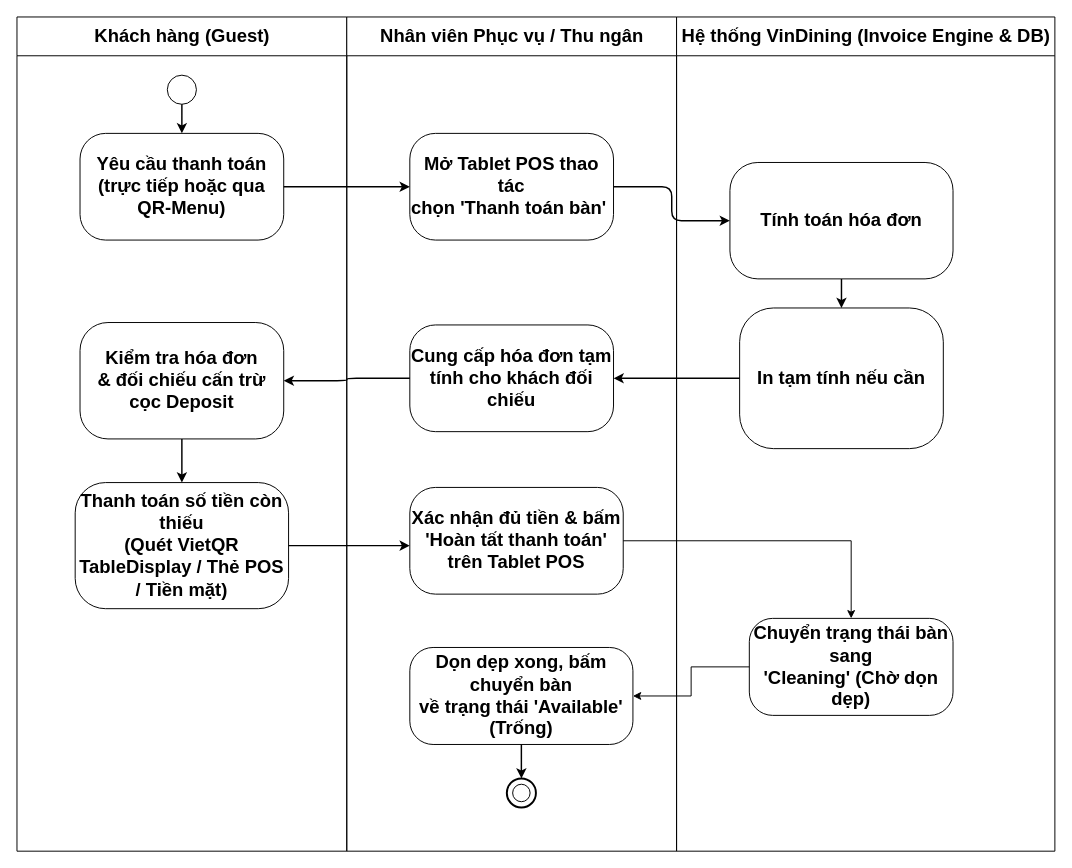
Above: docs/phase1/drawio/ad04_invoice_settlement.drawio in AndrewQng/VinDining (draw.io), before the change. Source tidied: cells renumbered, new cells numbered last; positions are measured from the earlier drawing's top-left corner, leaving out a move shared by most shapes. Both pictures are drawn from the tidied source at 97%, with x=0, y=0 at pixel (16, 16).
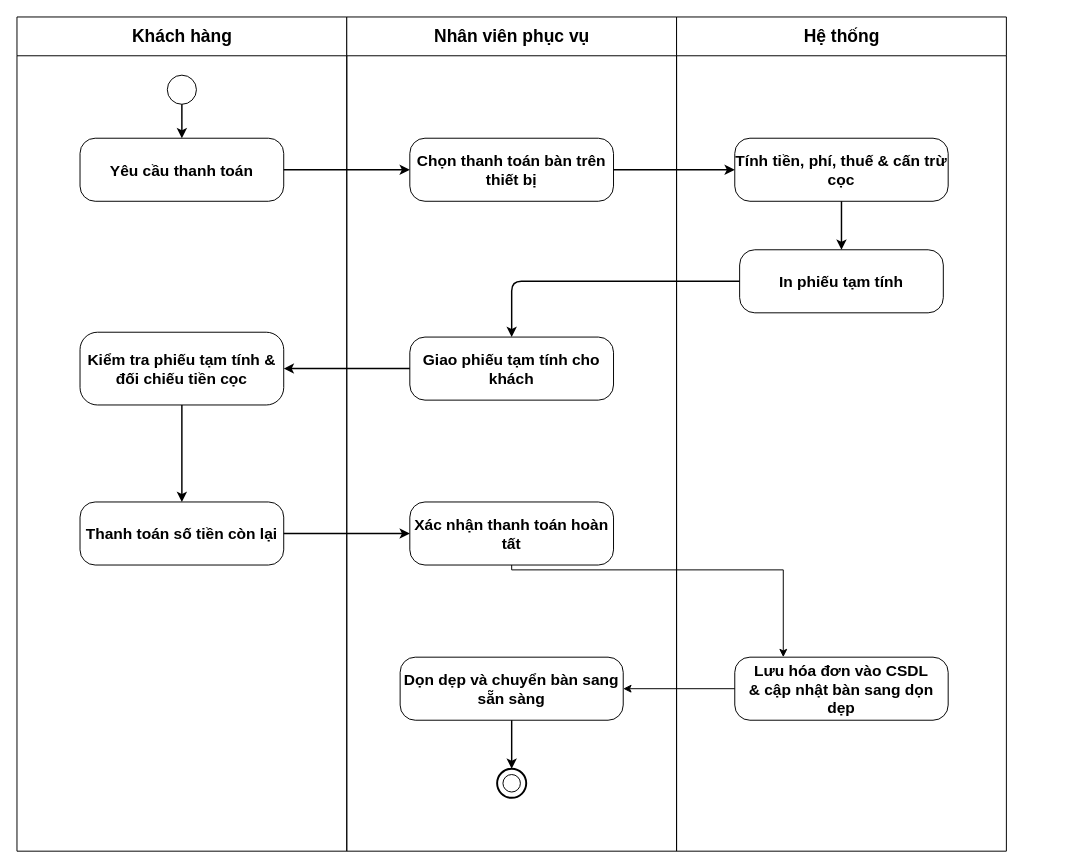
Above is the later version.

What changed in the source:
```diff
@@
-    <mxCell id="2" value="Khách hàng (Guest)" style="swimlane;html=1;startSize=40;horizontal=1;fontStyle=1;fontSize=19;align=center;verticalAlign=middle;swimlaneLine=1;" parent="1" vertex="1">
+    <mxCell id="2" value="Khách hàng" style="swimlane;html=1;startSize=40;horizontal=1;fontStyle=1;fontSize=18;align=center;verticalAlign=middle;swimlaneLine=1;" parent="1" vertex="1">
       <mxGeometry width="340" height="860" as="geometry" />
     </mxCell>
-    <mxCell id="3" style="ellipse;whiteSpace=wrap;html=1;fontSize=19;" parent="2" vertex="1">
+    <mxCell id="3" style="ellipse;whiteSpace=wrap;html=1;fontSize=18;" parent="2" vertex="1">
       <mxGeometry x="155" y="60" width="30" height="30" as="geometry" />
     </mxCell>
-    <mxCell id="4" value="Yêu cầu thanh toán (trực tiếp hoặc qua QR-Menu)" style="rounded=1;arcSize=24;whiteSpace=wrap;html=1;fontStyle=1;fontSize=19;align=center;verticalAlign=middle;" parent="2" vertex="1">
-      <mxGeometry x="65" y="120" width="210" height="110" as="geometry" />
+    <mxCell id="4" value="Yêu cầu thanh toán" style="rounded=1;arcSize=24;whiteSpace=wrap;html=1;fontStyle=1;fontSize=16;align=center;verticalAlign=middle;" parent="2" vertex="1">
+      <mxGeometry x="65" y="125" width="210" height="65" as="geometry" />
     </mxCell>
-    <mxCell id="5" value="Kiểm tra hóa đơn&lt;br&gt;&amp;amp; đối chiếu cấn trừ cọc Deposit" style="rounded=1;arcSize=24;whiteSpace=wrap;html=1;fontStyle=1;fontSize=19;align=center;verticalAlign=middle;" parent="2" vertex="1">
-      <mxGeometry x="65" y="315" width="210" height="120" as="geometry" />
+    <mxCell id="5" value="Kiểm tra phiếu tạm tính &amp;amp;&#10;đối chiếu tiền cọc" style="rounded=1;arcSize=24;whiteSpace=wrap;html=1;fontStyle=1;fontSize=16;align=center;verticalAlign=middle;" parent="2" vertex="1">
+      <mxGeometry x="65" y="325" width="210" height="75" as="geometry" />
     </mxCell>
-    <mxCell id="6" value="Thanh toán số tiền còn thiếu&#10;(Quét VietQR TableDisplay / Thẻ POS / Tiền mặt)" style="rounded=1;arcSize=24;whiteSpace=wrap;html=1;fontStyle=1;fontSize=19;align=center;verticalAlign=middle;" parent="2" vertex="1">
-      <mxGeometry x="60" y="480" width="220" height="130" as="geometry" />
+    <mxCell id="6" value="Thanh toán số tiền còn lại" style="rounded=1;arcSize=24;whiteSpace=wrap;html=1;fontStyle=1;fontSize=16;align=center;verticalAlign=middle;" parent="2" vertex="1">
+      <mxGeometry x="65" y="500" width="210" height="65" as="geometry" />
     </mxCell>
-    <mxCell id="7" value="Nhân viên Phục vụ / Thu ngân" style="swimlane;html=1;startSize=40;horizontal=1;fontStyle=1;fontSize=19;align=center;verticalAlign=middle;swimlaneLine=1;" parent="1" vertex="1">
+    <mxCell id="7" value="Nhân viên phục vụ" style="swimlane;html=1;startSize=40;horizontal=1;fontStyle=1;fontSize=18;align=center;verticalAlign=middle;swimlaneLine=1;" parent="1" vertex="1">
       <mxGeometry x="340" width="340" height="860" as="geometry" />
     </mxCell>
-    <mxCell id="8" value="Mở Tablet POS thao tác&lt;br&gt;chọn 'Thanh toán bàn'&amp;nbsp;" style="rounded=1;arcSize=24;whiteSpace=wrap;html=1;fontStyle=1;fontSize=19;align=center;verticalAlign=middle;" parent="7" vertex="1">
-      <mxGeometry x="65" y="120" width="210" height="110" as="geometry" />
+    <mxCell id="8" value="Chọn thanh toán bàn trên thiết bị" style="rounded=1;arcSize=24;whiteSpace=wrap;html=1;fontStyle=1;fontSize=16;align=center;verticalAlign=middle;" parent="7" vertex="1">
+      <mxGeometry x="65" y="125" width="210" height="65" as="geometry" />
     </mxCell>
-    <mxCell id="9" value="Cung cấp hóa đơn tạm tính cho khách đối chiếu" style="rounded=1;arcSize=24;whiteSpace=wrap;html=1;fontStyle=1;fontSize=19;align=center;verticalAlign=middle;" parent="7" vertex="1">
-      <mxGeometry x="65" y="317.5" width="210" height="110" as="geometry" />
+    <mxCell id="9" value="Giao phiếu tạm tính cho khách" style="rounded=1;arcSize=24;whiteSpace=wrap;html=1;fontStyle=1;fontSize=16;align=center;verticalAlign=middle;" parent="7" vertex="1">
+      <mxGeometry x="65" y="330" width="210" height="65" as="geometry" />
     </mxCell>
-    <mxCell id="10" value="Xác nhận đủ tiền &amp;amp; bấm&#10;'Hoàn tất thanh toán' trên Tablet POS" style="rounded=1;arcSize=24;whiteSpace=wrap;html=1;fontStyle=1;fontSize=19;align=center;verticalAlign=middle;" parent="7" vertex="1">
-      <mxGeometry x="65" y="485" width="220" height="110" as="geometry" />
+    <mxCell id="10" value="Xác nhận thanh toán hoàn tất" style="rounded=1;arcSize=24;whiteSpace=wrap;html=1;fontStyle=1;fontSize=16;align=center;verticalAlign=middle;" parent="7" vertex="1">
+      <mxGeometry x="65" y="500" width="210" height="65" as="geometry" />
     </mxCell>
-    <mxCell id="11" value="Dọn dẹp xong, bấm chuyển bàn&#10;về trạng thái 'Available' (Trống)" style="rounded=1;arcSize=24;whiteSpace=wrap;html=1;fontStyle=1;fontSize=19;align=center;verticalAlign=middle;" parent="7" vertex="1">
-      <mxGeometry x="65" y="650" width="230" height="100" as="geometry" />
+    <mxCell id="11" value="Dọn dẹp và chuyển bàn sang sẵn sàng" style="rounded=1;arcSize=24;whiteSpace=wrap;html=1;fontStyle=1;fontSize=16;align=center;verticalAlign=middle;" parent="7" vertex="1">
+      <mxGeometry x="55" y="660" width="230" height="65" as="geometry" />
     </mxCell>
-    <mxCell id="12" style="ellipse;whiteSpace=wrap;html=1;strokeWidth=2;fontSize=19;" parent="7" vertex="1">
-      <mxGeometry x="165" y="785" width="30" height="30" as="geometry" />
+    <mxCell id="12" style="ellipse;whiteSpace=wrap;html=1;strokeWidth=2;fontSize=18;" parent="7" vertex="1">
+      <mxGeometry x="155" y="775" width="30" height="30" as="geometry" />
     </mxCell>
-    <mxCell id="13" style="ellipse;whiteSpace=wrap;html=1;fontSize=19;" parent="7" vertex="1">
-      <mxGeometry x="171" y="791" width="18" height="18" as="geometry" />
+    <mxCell id="13" style="ellipse;whiteSpace=wrap;html=1;fontSize=18;" parent="7" vertex="1">
+      <mxGeometry x="161" y="781" width="18" height="18" as="geometry" />
     </mxCell>
-    <mxCell id="14" style="edgeStyle=orthogonalEdgeStyle;rounded=1;jettySize=auto;html=1;strokeWidth=1.5;fontSize=19;fontColor=#333333;" parent="7" edge="1" source="11" target="12">
+    <mxCell id="14" style="edgeStyle=orthogonalEdgeStyle;rounded=1;jettySize=auto;html=1;strokeWidth=1.5;fontSize=16;fontColor=#333333;" parent="7" edge="1" source="11" target="12">
       <mxGeometry relative="1" as="geometry" />
     </mxCell>
-    <mxCell id="15" value="Hệ thống VinDining (Invoice Engine &amp;amp; DB)" style="swimlane;html=1;startSize=40;horizontal=1;fontStyle=1;fontSize=19;align=center;verticalAlign=middle;swimlaneLine=1;" parent="1" vertex="1">
-      <mxGeometry x="680" width="390" height="860" as="geometry" />
+    <mxCell id="15" value="Hệ thống" style="swimlane;html=1;startSize=40;horizontal=1;fontStyle=1;fontSize=18;align=center;verticalAlign=middle;swimlaneLine=1;" parent="1" vertex="1">
+      <mxGeometry x="680" width="340" height="860" as="geometry" />
     </mxCell>
-    <mxCell id="16" value="Tính toán hóa đơn" style="rounded=1;arcSize=24;whiteSpace=wrap;html=1;fontStyle=1;fontSize=19;align=center;verticalAlign=middle;" parent="15" vertex="1">
-      <mxGeometry x="55" y="150" width="230" height="120" as="geometry" />
+    <mxCell id="16" value="Tính tiền, phí, thuế &amp;amp; cấn trừ cọc" style="rounded=1;arcSize=24;whiteSpace=wrap;html=1;fontStyle=1;fontSize=16;align=center;verticalAlign=middle;" parent="15" vertex="1">
+      <mxGeometry x="60" y="125" width="220" height="65" as="geometry" />
     </mxCell>
-    <mxCell id="17" value="In tạm tính nếu cần" style="rounded=1;arcSize=24;whiteSpace=wrap;html=1;fontStyle=1;fontSize=19;align=center;verticalAlign=middle;" parent="15" vertex="1">
-      <mxGeometry x="65" y="300" width="210" height="145" as="geometry" />
+    <mxCell id="17" value="In phiếu tạm tính" style="rounded=1;arcSize=24;whiteSpace=wrap;html=1;fontStyle=1;fontSize=16;align=center;verticalAlign=middle;" parent="15" vertex="1">
+      <mxGeometry x="65" y="240" width="210" height="65" as="geometry" />
     </mxCell>
-    <mxCell id="18" value="Chuyển trạng thái bàn sang&#10;'Cleaning' (Chờ dọn dẹp)" style="rounded=1;arcSize=24;whiteSpace=wrap;html=1;fontStyle=1;fontSize=19;align=center;verticalAlign=middle;" parent="15" vertex="1">
-      <mxGeometry x="75" y="620" width="210" height="100" as="geometry" />
+    <mxCell id="18" value="Lưu hóa đơn vào CSDL&#10;&amp;amp; cập nhật bàn sang dọn dẹp" style="rounded=1;arcSize=24;whiteSpace=wrap;html=1;fontStyle=1;fontSize=16;align=center;verticalAlign=middle;" parent="15" vertex="1">
+      <mxGeometry x="60" y="660" width="220" height="65" as="geometry" />
     </mxCell>
-    <mxCell id="19" style="edgeStyle=orthogonalEdgeStyle;rounded=1;jettySize=auto;html=1;strokeWidth=1.5;fontSize=19;fontColor=#333333;" parent="1" edge="1" source="3" target="4">
+    <mxCell id="19" style="edgeStyle=orthogonalEdgeStyle;rounded=1;jettySize=auto;html=1;strokeWidth=1.5;fontSize=16;fontColor=#333333;" parent="1" edge="1" source="3" target="4">
       <mxGeometry relative="1" as="geometry" />
     </mxCell>
-    <mxCell id="20" style="edgeStyle=orthogonalEdgeStyle;rounded=1;jettySize=auto;html=1;strokeWidth=1.5;fontSize=19;fontColor=#333333;" parent="1" edge="1" source="4" target="8">
+    <mxCell id="20" style="edgeStyle=orthogonalEdgeStyle;rounded=1;jettySize=auto;html=1;strokeWidth=1.5;fontSize=16;fontColor=#333333;" parent="1" edge="1" source="4" target="8">
       <mxGeometry relative="1" as="geometry" />
     </mxCell>
-    <mxCell id="21" style="edgeStyle=orthogonalEdgeStyle;rounded=1;jettySize=auto;html=1;strokeWidth=1.5;fontSize=19;fontColor=#333333;" parent="1" edge="1" source="8" target="16">
+    <mxCell id="21" style="edgeStyle=orthogonalEdgeStyle;rounded=1;jettySize=auto;html=1;strokeWidth=1.5;fontSize=16;fontColor=#333333;" parent="1" edge="1" source="8" target="16">
       <mxGeometry relative="1" as="geometry" />
     </mxCell>
-    <mxCell id="22" style="edgeStyle=orthogonalEdgeStyle;rounded=1;jettySize=auto;html=1;strokeWidth=1.5;fontSize=19;fontColor=#333333;" parent="1" edge="1" source="16" target="17">
+    <mxCell id="22" style="edgeStyle=orthogonalEdgeStyle;rounded=1;jettySize=auto;html=1;strokeWidth=1.5;fontSize=16;fontColor=#333333;" parent="1" edge="1" source="16" target="17">
       <mxGeometry relative="1" as="geometry" />
     </mxCell>
-    <mxCell id="23" style="edgeStyle=orthogonalEdgeStyle;rounded=1;jettySize=auto;html=1;strokeWidth=1.5;fontSize=19;fontColor=#333333;" parent="1" edge="1" source="17" target="9">
+    <mxCell id="23" style="edgeStyle=orthogonalEdgeStyle;rounded=1;jettySize=auto;html=1;strokeWidth=1.5;fontSize=16;fontColor=#333333;" parent="1" edge="1" source="17" target="9">
       <mxGeometry relative="1" as="geometry" />
     </mxCell>
-    <mxCell id="24" style="edgeStyle=orthogonalEdgeStyle;rounded=1;jettySize=auto;html=1;strokeWidth=1.5;fontSize=19;fontColor=#333333;" parent="1" edge="1" source="9" target="5">
+    <mxCell id="24" style="edgeStyle=orthogonalEdgeStyle;rounded=1;jettySize=auto;html=1;strokeWidth=1.5;fontSize=16;fontColor=#333333;" parent="1" edge="1" source="9" target="5">
       <mxGeometry relative="1" as="geometry" />
     </mxCell>
-    <mxCell id="25" style="edgeStyle=orthogonalEdgeStyle;rounded=1;jettySize=auto;html=1;strokeWidth=1.5;fontSize=19;fontColor=#333333;" parent="1" edge="1" source="5" target="6">
+    <mxCell id="25" style="edgeStyle=orthogonalEdgeStyle;rounded=1;jettySize=auto;html=1;strokeWidth=1.5;fontSize=16;fontColor=#333333;" parent="1" edge="1" source="5" target="6">
       <mxGeometry relative="1" as="geometry" />
     </mxCell>
-    <mxCell id="26" style="edgeStyle=orthogonalEdgeStyle;rounded=1;jettySize=auto;html=1;strokeWidth=1.5;fontSize=19;fontColor=#333333;" parent="1" edge="1" source="6" target="10">
-      <mxGeometry relative="1" as="geometry">
-        <Array as="points">
-          <mxPoint x="170" y="557" />
-        </Array>
-      </mxGeometry>
+    <mxCell id="26" style="edgeStyle=orthogonalEdgeStyle;rounded=1;jettySize=auto;html=1;strokeWidth=1.5;fontSize=16;fontColor=#333333;" parent="1" edge="1" source="6" target="10">
+      <mxGeometry relative="1" as="geometry" />
     </mxCell>
-    <mxCell id="27" style="edgeStyle=orthogonalEdgeStyle;rounded=0;jettySize=auto;html=1;entryX=0.5;entryY=0;entryDx=0;entryDy=0;" parent="1" edge="1" source="10" target="18">
-      <mxGeometry relative="1" as="geometry" />
+    <mxCell id="27" style="edgeStyle=orthogonalEdgeStyle;rounded=0;jettySize=auto;html=1;" parent="1" edge="1" source="10" target="18">
+      <mxGeometry relative="1" as="geometry">
+        <Array as="points">
+          <mxPoint x="510" y="570" />
+          <mxPoint x="790" y="570" />
+        </Array>
+      </mxGeometry>
     </mxCell>
-    <mxCell id="28" style="edgeStyle=orthogonalEdgeStyle;rounded=0;jettySize=auto;html=1;entryX=1;entryY=0.5;entryDx=0;entryDy=0;" parent="1" edge="1" source="18" target="11">
+    <mxCell id="28" style="edgeStyle=orthogonalEdgeStyle;rounded=0;jettySize=auto;html=1;" parent="1" edge="1" source="18" target="11">
       <mxGeometry relative="1" as="geometry" />
     </mxCell>
```
